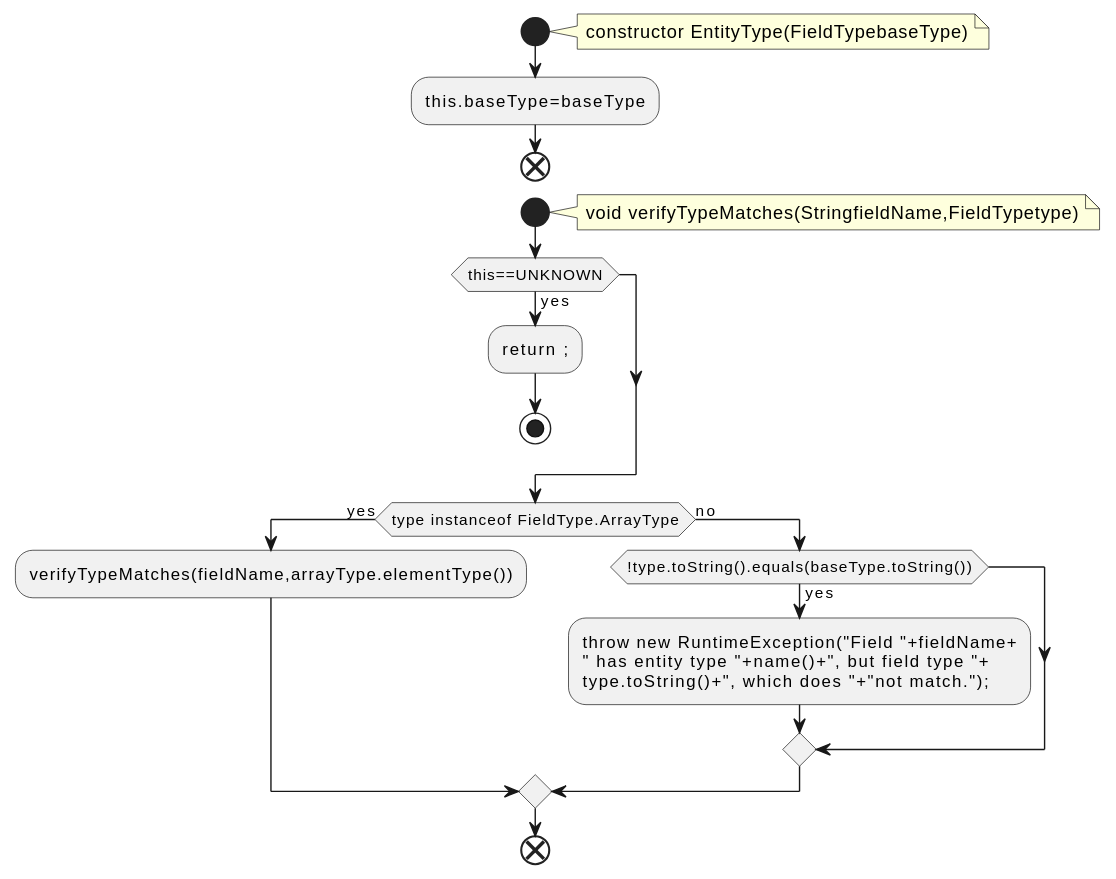
qualitesys/kafka keeps this PlantUML diagram as docs/qc/generator/src/main/java/org/apache/kafka/message/EntityType.java.fct.svg. Above is the earlier version.
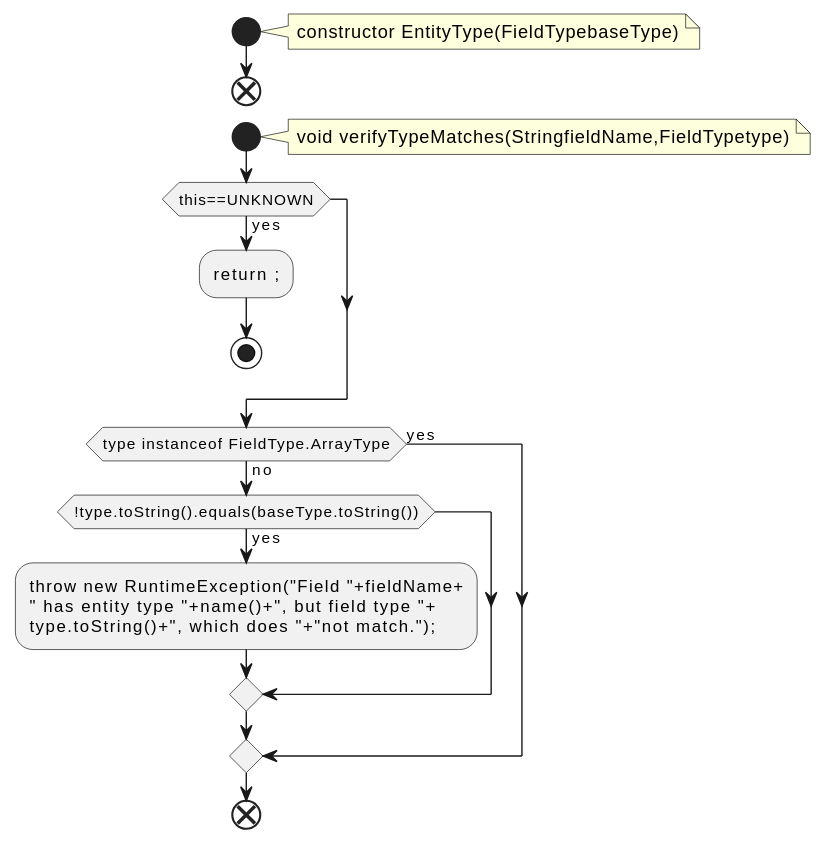
Above is the later version.

The edit, as a diff of the source:
```diff
@@ -4,7 +4,6 @@
 note right
 constructor EntityType(FieldTypebaseType)
 end note
-:this.baseType=baseType;
 end
 start
 note right
@@ -15,7 +14,6 @@
 stop
 endif
 if (type instanceof FieldType.ArrayType) then (yes)
-:verifyTypeMatches(fieldName,arrayType.elementType());
 else (no)
 if (!type.toString().equals(baseType.toString())) then (yes)
 :throw new RuntimeException("Field "+fieldName+
```
